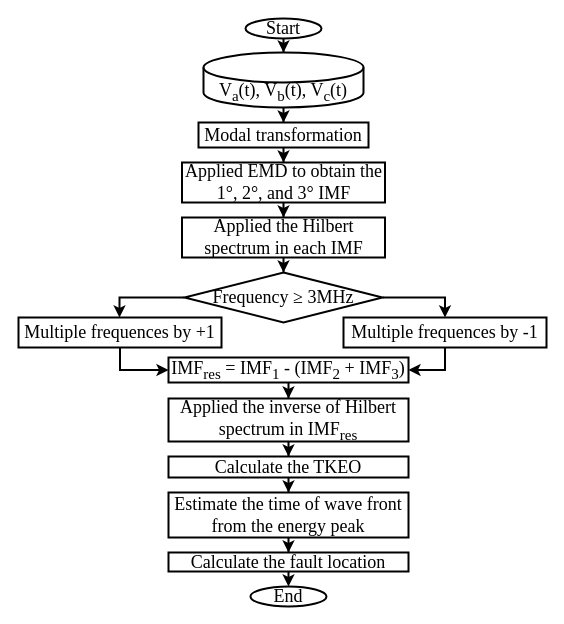
Earlier version of the draw.io diagram fluxograma_ipst_2025_travellingwaves.drawio (CaioVCGrilo/fluxogramas). Source tidied: cells renumbered, new cells numbered last; positions are measured from the earlier drawing's top-left corner, leaving out a move shared by most shapes. Both pictures are drawn from the tidied source at 100%, with x=0, y=0 at pixel (18, 18).
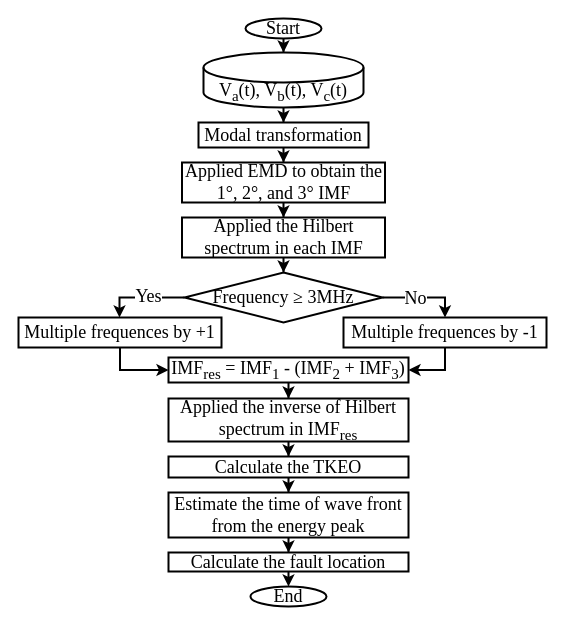
The same page after the edit.

The change refers to these unchanged cells:
```xml
<mxCell id="27" style="edgeStyle=orthogonalEdgeStyle;rounded=0;jettySize=auto;html=1;strokeWidth=2;" parent="1" edge="1" source="29" target="13">
  <mxGeometry relative="1" as="geometry">
    <Array as="points">
      <mxPoint x="101" y="279" />
    </Array>
  </mxGeometry>
</mxCell>
<mxCell id="28" style="edgeStyle=orthogonalEdgeStyle;rounded=0;jettySize=auto;html=1;exitX=1;exitY=0.5;exitDx=0;exitDy=0;entryX=0.5;entryY=0;entryDx=0;entryDy=0;strokeWidth=2;" parent="1" edge="1" source="29" target="15">
  <mxGeometry relative="1" as="geometry" />
</mxCell>
```

What changed in the source:
```diff
@@
+    <mxCell id="30" value="&lt;font style=&quot;font-size: 18px;&quot; face=&quot;Times New Roman&quot;&gt;Yes&lt;/font&gt;" style="edgeLabel;html=1;align=center;verticalAlign=middle;" parent="27" vertex="1">
+      <mxGeometry x="-0.14" y="-2" relative="1" as="geometry" />
+    </mxCell>
@@
+    <mxCell id="31" value="&lt;font face=&quot;Times New Roman&quot; style=&quot;font-size: 18px;&quot;&gt;No&lt;/font&gt;" style="edgeLabel;html=1;align=center;verticalAlign=middle;" parent="28" vertex="1">
+      <mxGeometry x="-0.22" y="-1" relative="1" as="geometry">
+        <mxPoint y="-1" as="offset" />
+      </mxGeometry>
+    </mxCell>
```
